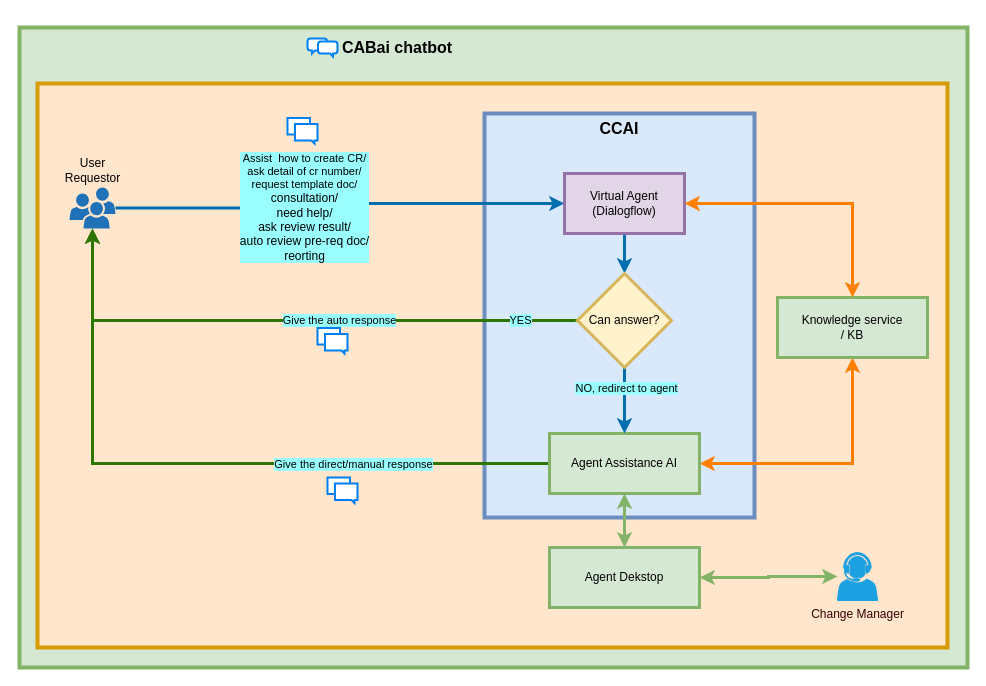
The draw.io diagram ccai-dialogflow.drawio in msyadid/HelloWorld, before the edit. Source tidied: cells renumbered, new cells numbered last; positions are measured from the earlier drawing's top-left corner, leaving out a move shared by most shapes. Both pictures are drawn from the tidied source at 100%, with x=0, y=0 at pixel (19, 17).
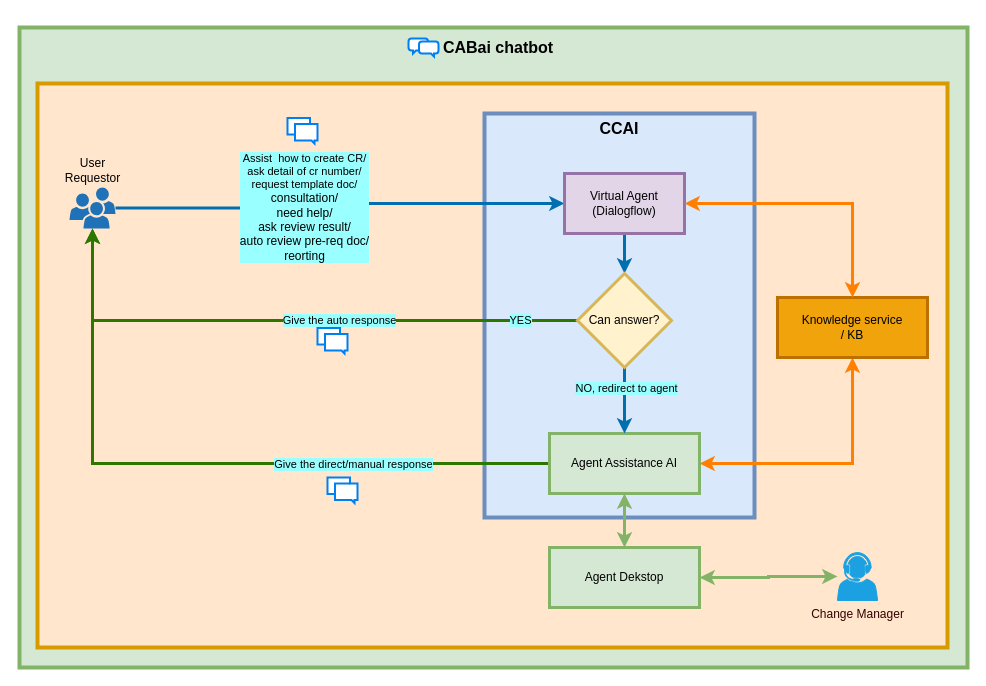
Above is the later version.

What changed in the source:
```diff
@@
     <mxCell id="21" value="CABai chatbot" style="text;html=1;strokeColor=none;fillColor=none;align=center;verticalAlign=middle;whiteSpace=wrap;rounded=0;strokeWidth=1;fontStyle=1;fontSize=16;" parent="1" vertex="1">
-      <mxGeometry x="318" width="120" height="60" as="geometry" />
+      <mxGeometry x="419" width="120" height="60" as="geometry" />
     </mxCell>
@@
-    <mxCell id="26" value="Knowledge service&lt;br&gt;/ KB" style="whiteSpace=wrap;html=1;verticalAlign=middle;strokeWidth=3;fillColor=#d5e8d4;strokeColor=#82b366;align=center;" parent="1" vertex="1">
+    <mxCell id="26" value="Knowledge service&lt;br&gt;/ KB" style="whiteSpace=wrap;html=1;verticalAlign=middle;strokeWidth=3;fillColor=#f0a30a;strokeColor=#BD7000;align=center;fontColor=#000000;" parent="1" vertex="1">
       <mxGeometry x="758" y="280" width="150" height="60" as="geometry" />
     </mxCell>
     <mxCell id="27" style="html=1;verticalLabelPosition=bottom;align=center;labelBackgroundColor=#ffffff;verticalAlign=top;strokeWidth=2;strokeColor=#0080F0;shadow=0;dashed=0;shape=mxgraph.ios7.icons.chat;" parent="1" vertex="1">
-      <mxGeometry x="288" y="21" width="30" height="18" as="geometry" />
+      <mxGeometry x="389" y="21" width="30" height="18" as="geometry" />
     </mxCell>
```
